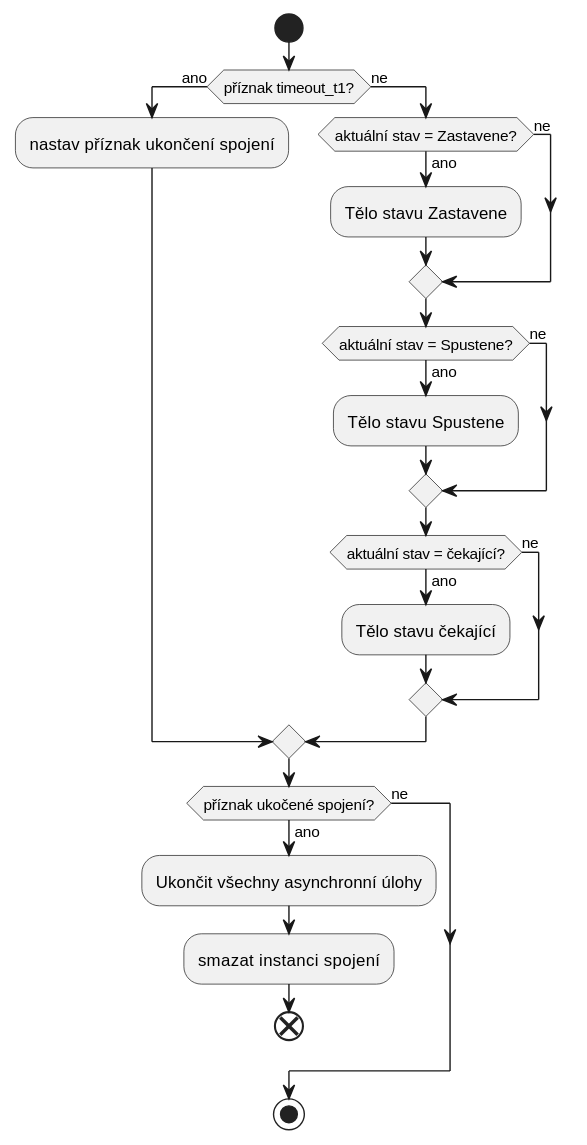
Before: IEC104_SERVER/IEC104_v7/diagramy/handle_apdu_states_all.svg, a diagram exported from PlantUML (SlavekRylich/IEC104).
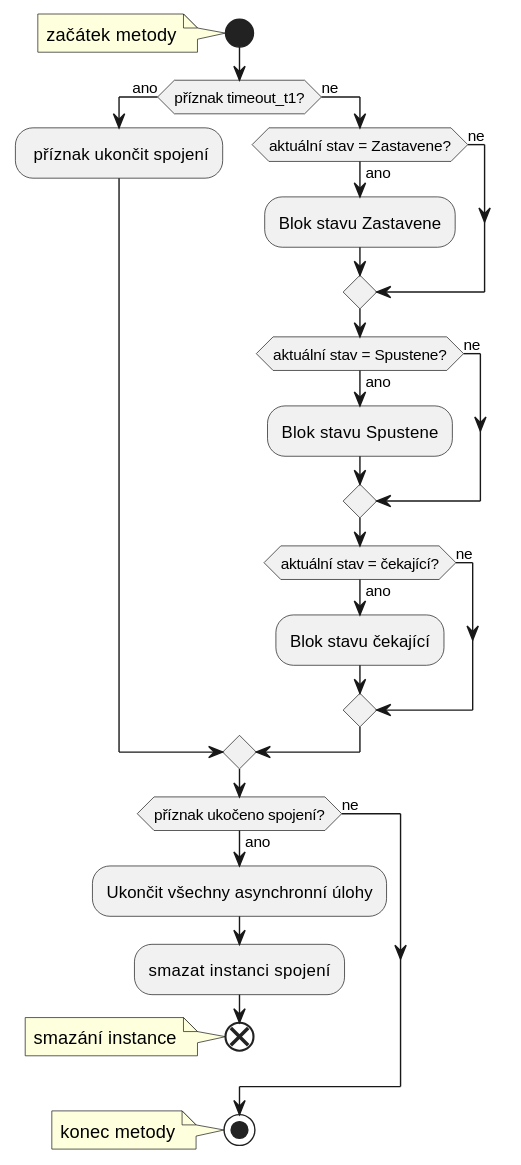
Above is the later version.

What changed in the source:
```diff
@@ -1,26 +1,29 @@
 @startuml
 start
+note : začátek metody
 if (příznak timeout_t1?) then (ano)
-    :nastav příznak ukončení spojení;
+    : příznak ukončit spojení;
 else (ne)
 if (aktuální stav = Zastavene?) then (ano)
-:Tělo stavu Zastavene;
+:Blok stavu Zastavene;
 else (ne)
 endif
 if (aktuální stav = Spustene?) then (ano)
-:Tělo stavu Spustene;
+:Blok stavu Spustene;
 else (ne)
 endif
 if (aktuální stav = čekající?) then (ano)
-:Tělo stavu čekající;
+:Blok stavu čekající;
 else (ne)
 endif
 endif
-if (příznak ukočené spojení?) then (ano)
+if (příznak ukočeno spojení?) then (ano)
     :Ukončit všechny asynchronní úlohy;
     :smazat instanci spojení;
     end
-else (ne)
+    note : smazání instance
+    else (ne)
 endif
 stop
+note : konec metody
 @enduml
```
